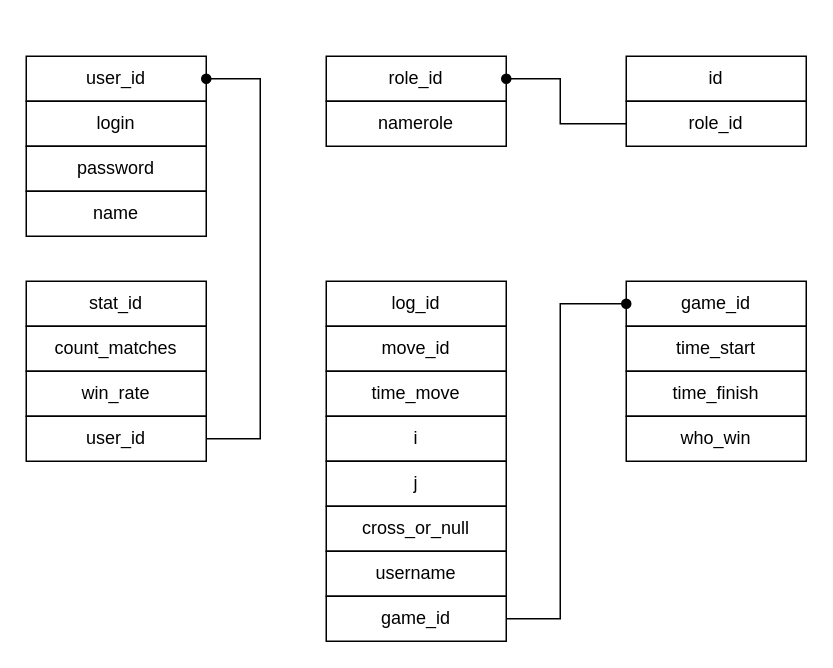
Before: Untitled Diagram.drawio in Nectarinium/tic-tac-deget, a draw.io diagram. Source tidied: cells renumbered, new cells numbered last; positions are measured from the earlier drawing's top-left corner, leaving out a move shared by most shapes. Both pictures are drawn from the tidied source at 150%, with x=0, y=0 at pixel (26, 56).
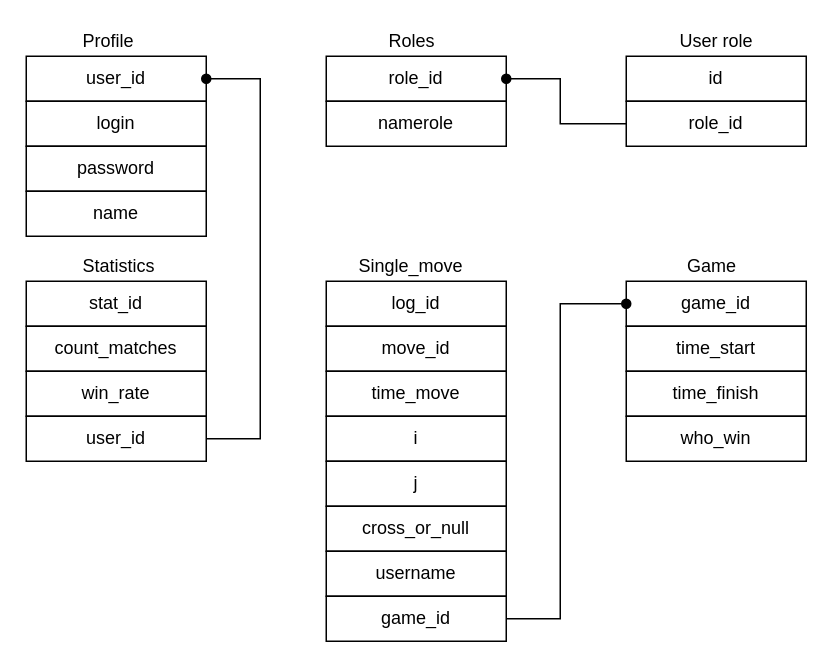
The same page after the edit.

The edit, as a diff of the source:
```diff
@@
+    <mxCell id="29" value="Profile" style="text;html=1;align=left;verticalAlign=top;spacingTop=-4;" parent="1" vertex="1">
+      <mxGeometry x="36" y="-20" width="50" height="20" as="geometry" />
+    </mxCell>
+    <mxCell id="30" value="Roles" style="text;html=1;align=left;verticalAlign=top;spacingTop=-4;" parent="1" vertex="1">
+      <mxGeometry x="239.5" y="-20" width="50" height="20" as="geometry" />
+    </mxCell>
+    <mxCell id="31" value="User role" style="text;html=1;align=left;verticalAlign=top;spacingTop=-4;" parent="1" vertex="1">
+      <mxGeometry x="434" y="-20" width="60" height="20" as="geometry" />
+    </mxCell>
+    <mxCell id="32" value="Statistics" style="text;html=1;align=left;verticalAlign=top;spacingTop=-4;" parent="1" vertex="1">
+      <mxGeometry x="36" y="130" width="60" height="20" as="geometry" />
+    </mxCell>
+    <mxCell id="33" value="Single_move" style="text;html=1;align=left;verticalAlign=top;spacingTop=-4;" parent="1" vertex="1">
+      <mxGeometry x="220" y="130" width="80" height="20" as="geometry" />
+    </mxCell>
+    <mxCell id="34" value="Game" style="text;html=1;align=left;verticalAlign=top;spacingTop=-4;" parent="1" vertex="1">
+      <mxGeometry x="439" y="130" width="50" height="20" as="geometry" />
+    </mxCell>
```
